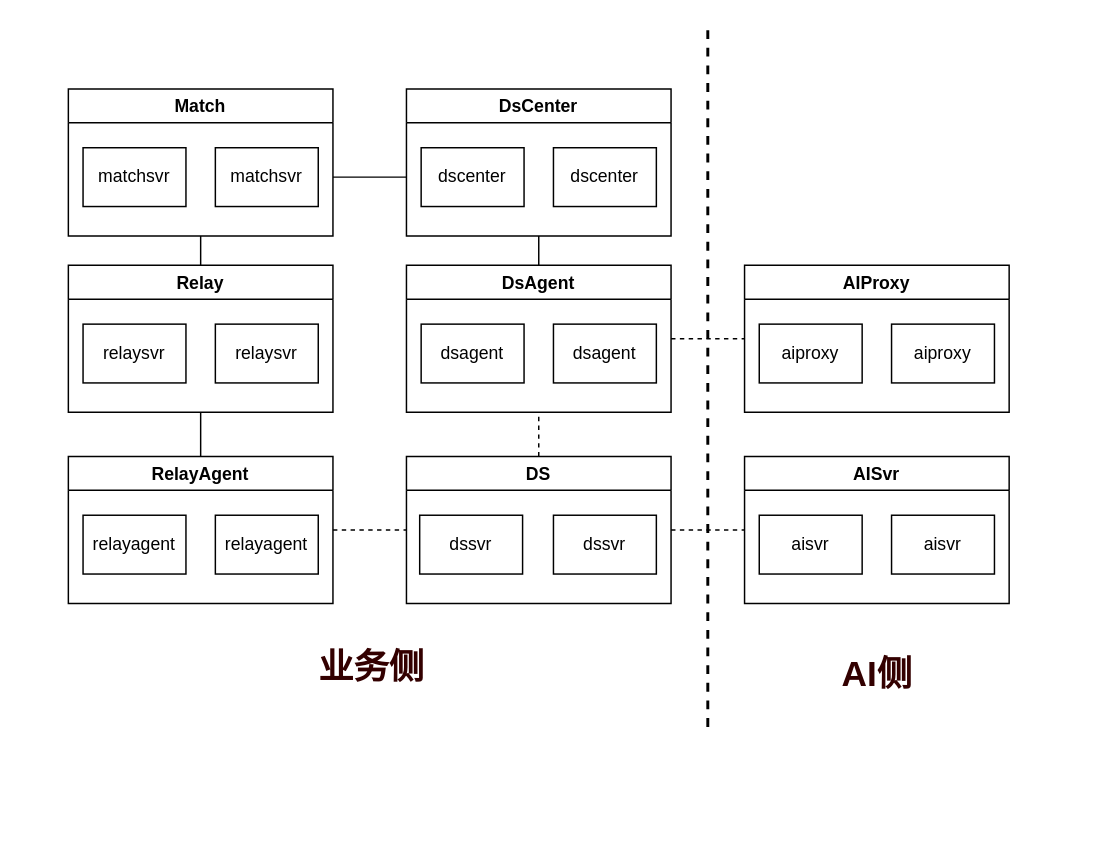
Earlier version of the draw.io diagram page "AOV AI" (2 of 6) of NISHIKI架构.drawio (Memoryss/NISHIKI). Source tidied: cells renumbered, new cells numbered last; positions are measured from the earlier drawing's top-left corner, leaving out a move shared by most shapes. Both pictures are drawn from the tidied source at 147%, with x=0, y=0 at pixel (68, 26).
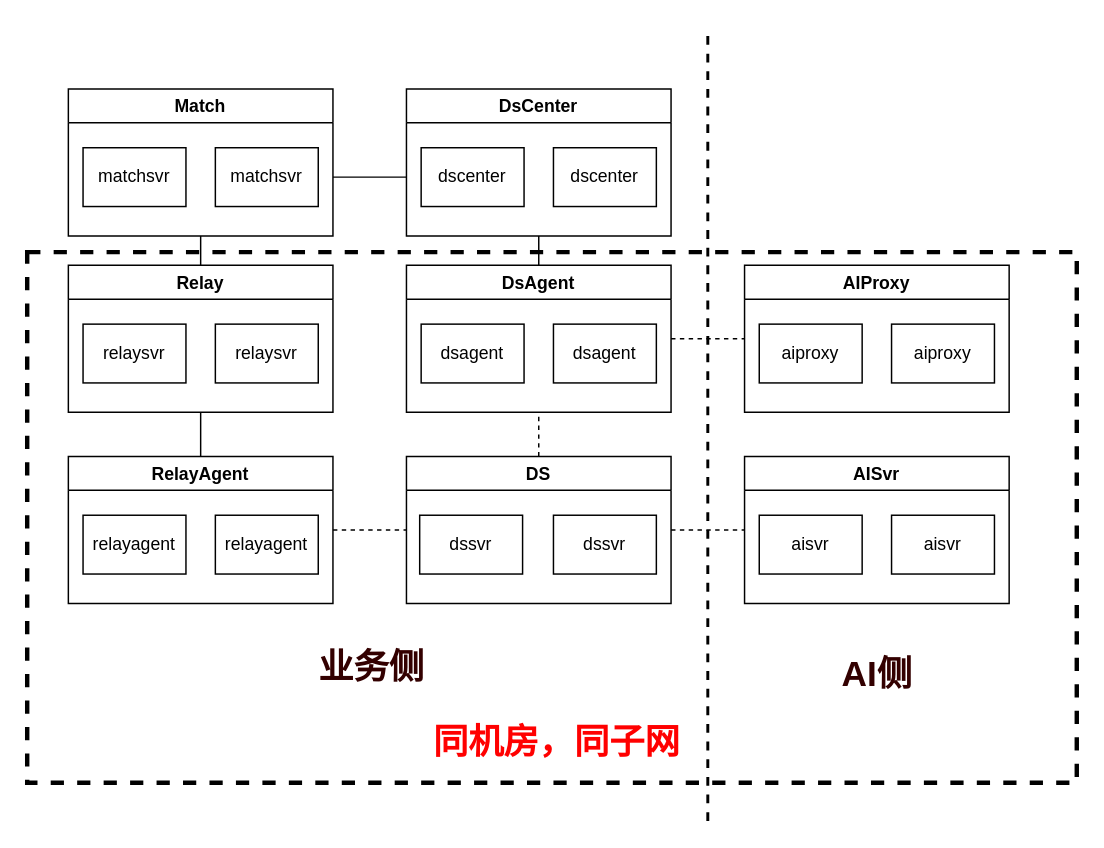
Above is the later version.

What changed in the source:
```diff
@@
     <mxCell id="36" style="endArrow=none;dashed=1;html=1;rounded=0;fontSize=18;fontColor=#FF0000;strokeWidth=2;" parent="1" edge="1">
       <mxGeometry relative="1" as="geometry">
-        <mxPoint x="435" y="476" as="sourcePoint" />
+        <mxPoint x="435" y="540" as="sourcePoint" />
         <mxPoint x="435" as="targetPoint" />
       </mxGeometry>
     </mxCell>
+    <mxCell id="37" style="rounded=0;whiteSpace=wrap;html=1;dashed=1;strokeWidth=3;fillColor=none;" parent="1" vertex="1">
+      <mxGeometry x="-28" y="153" width="714" height="361" as="geometry" />
+    </mxCell>
+    <mxCell id="38" value="&lt;font style=&quot;font-size: 24px&quot; color=&quot;#ff0000&quot;&gt;&lt;b&gt;同机房，同子网&lt;/b&gt;&lt;/font&gt;" style="text;html=1;align=center;verticalAlign=middle;strokeColor=none;fillColor=none;" parent="1" vertex="1">
+      <mxGeometry x="242" y="477" width="180" height="20" as="geometry" />
+    </mxCell>
```
